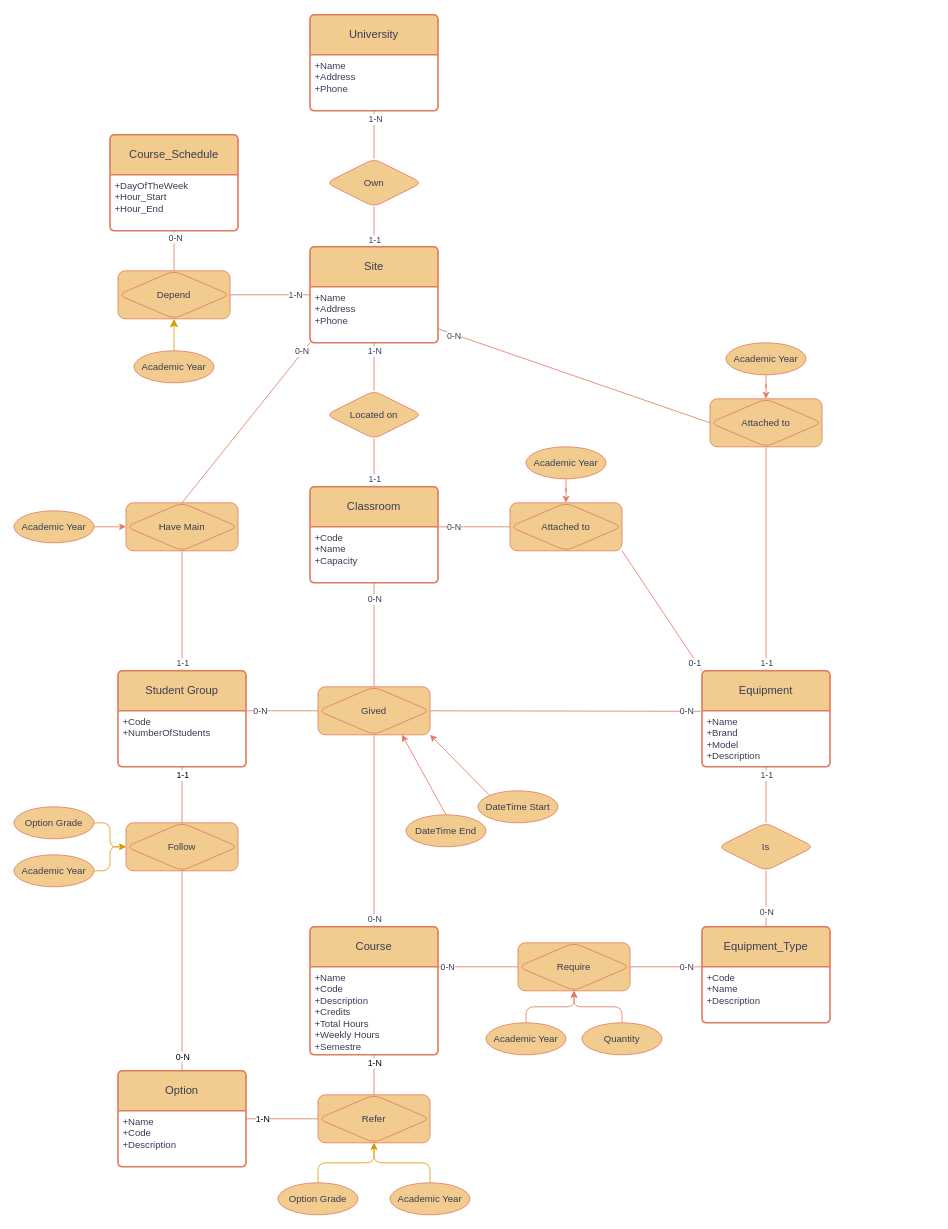
This is EA_Diagram.drawio from fratjo/Calempus360, a draw.io file, before an edit. Source tidied: cells renumbered, new cells numbered last; positions are measured from the earlier drawing's top-left corner, leaving out a move shared by most shapes. Both pictures are drawn from the tidied source at 80%, with x=0, y=0 at pixel (14, 14).
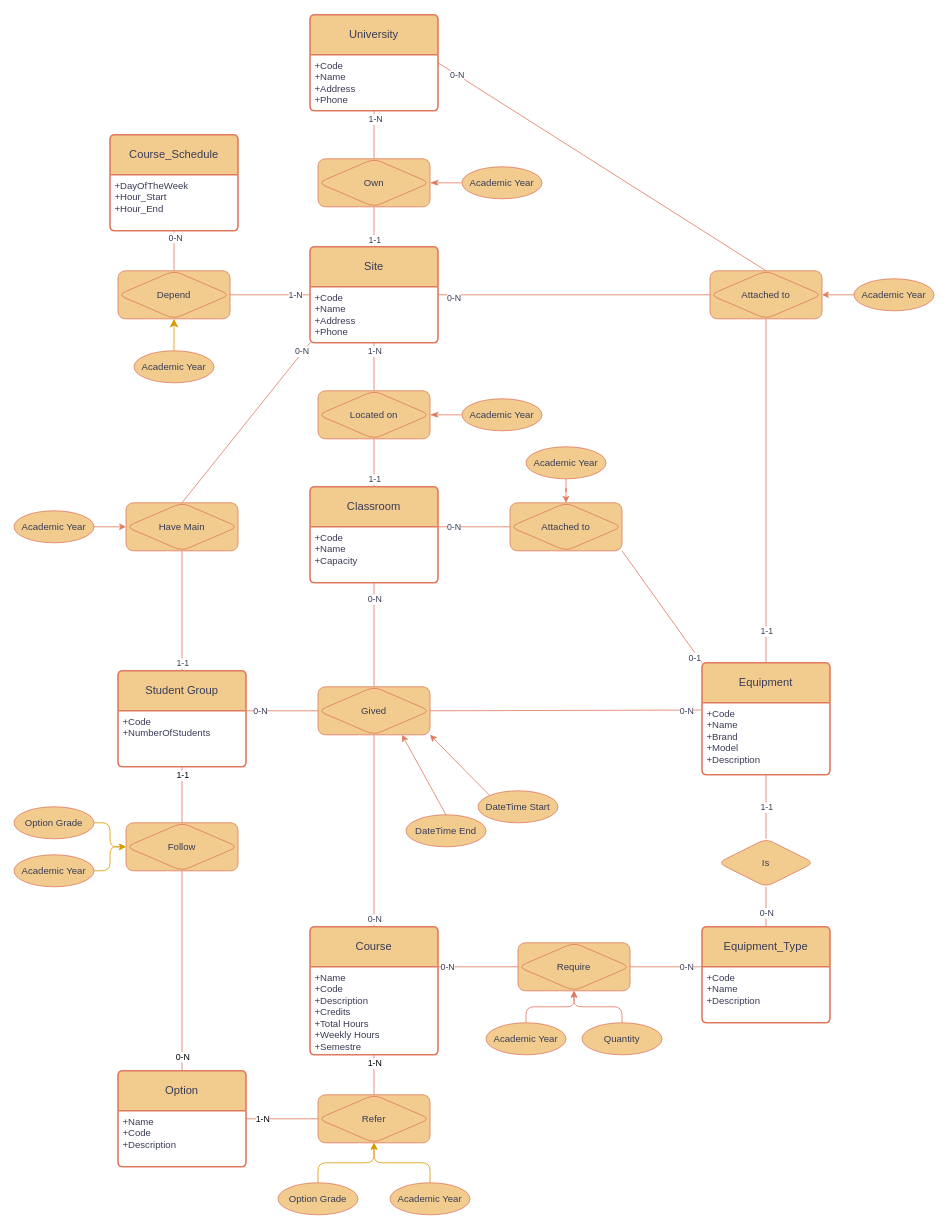
Above is the later version.

The change refers to these unchanged cells:
```xml
<mxCell id="3" value="University" style="swimlane;horizontal=1;startSize=50;rounded=1;fontSize=14;fontStyle=0;strokeWidth=2;shadow=0;dashed=0;align=center;arcSize=4;whiteSpace=wrap;html=1;labelBackgroundColor=none;fillColor=#F2CC8F;strokeColor=#E07A5F;fontColor=#393C56;" parent="1" vertex="1">
  <mxGeometry x="370" width="160" height="120" as="geometry" />
</mxCell>
<mxCell id="5" value="Site" style="swimlane;horizontal=1;startSize=50;rounded=1;fontSize=14;fontStyle=0;strokeWidth=2;shadow=0;dashed=0;align=center;arcSize=4;whiteSpace=wrap;html=1;labelBackgroundColor=none;fillColor=#F2CC8F;strokeColor=#E07A5F;fontColor=#393C56;" parent="1" vertex="1">
  <mxGeometry x="370" y="290" width="160" height="120" as="geometry" />
</mxCell>
<mxCell id="96" style="endArrow=none;html=1;rounded=0;strokeColor=#E07A5F;fontColor=#393C56;fillColor=#F2CC8F;entryX=0.5;entryY=1;entryDx=0;entryDy=0;exitX=0.5;exitY=0;exitDx=0;exitDy=0;" parent="1" edge="1" source="95" target="12">
  <mxGeometry relative="1" as="geometry" />
</mxCell>
```

Diff of the diagram source:
```diff
@@
-    <mxCell id="2" value="Own" style="shape=rhombus;perimeter=rhombusPerimeter;whiteSpace=wrap;html=1;align=center;labelBackgroundColor=none;fillColor=#F2CC8F;strokeColor=#E07A5F;fontColor=#393C56;rounded=1;" parent="1" vertex="1">
-      <mxGeometry x="390" y="180" width="120" height="60" as="geometry" />
-    </mxCell>
@@
-    <mxCell id="4" value="+Name&lt;br&gt;+Address&lt;br&gt;+Phone" style="align=left;strokeColor=none;fillColor=none;spacingLeft=4;fontSize=12;verticalAlign=top;html=1;labelBackgroundColor=none;fontColor=#393C56;rounded=1;" parent="3" vertex="1">
+    <mxCell id="4" value="&lt;div&gt;+Code&lt;/div&gt;+Name&lt;br&gt;+Address&lt;br&gt;+Phone" style="align=left;strokeColor=none;fillColor=none;spacingLeft=4;fontSize=12;verticalAlign=top;html=1;labelBackgroundColor=none;fontColor=#393C56;rounded=1;" parent="3" vertex="1">
       <mxGeometry y="50" width="160" height="70" as="geometry" />
     </mxCell>
@@
-    <mxCell id="6" value="+Name&lt;br&gt;+Address&lt;div&gt;+Phone&lt;/div&gt;" style="align=left;strokeColor=none;fillColor=none;spacingLeft=4;fontSize=12;verticalAlign=top;html=1;labelBackgroundColor=none;fontColor=#393C56;rounded=1;" parent="5" vertex="1">
+    <mxCell id="6" value="&lt;div&gt;+Code&lt;/div&gt;+Name&lt;br&gt;+Address&lt;div&gt;+Phone&lt;/div&gt;" style="align=left;strokeColor=none;fillColor=none;spacingLeft=4;fontSize=12;verticalAlign=top;html=1;labelBackgroundColor=none;fontColor=#393C56;rounded=1;" parent="5" vertex="1">
       <mxGeometry y="50" width="160" height="70" as="geometry" />
     </mxCell>
@@
-    <mxCell id="11" value="Equipment" style="swimlane;horizontal=1;startSize=50;rounded=1;fontSize=14;fontStyle=0;strokeWidth=2;shadow=0;dashed=0;align=center;arcSize=4;whiteSpace=wrap;html=1;labelBackgroundColor=none;fillColor=#F2CC8F;strokeColor=#E07A5F;fontColor=#393C56;" parent="1" vertex="1">
-      <mxGeometry x="860" y="820" width="160" height="120" as="geometry" />
+    <mxCell id="11" value="Equipment" style="swimlane;horizontal=1;startSize=50;rounded=1;fontSize=14;fontStyle=0;strokeWidth=2;shadow=0;dashed=0;align=center;arcSize=4;whiteSpace=wrap;html=1;labelBackgroundColor=none;fillColor=#F2CC8F;strokeColor=#E07A5F;fontColor=#393C56;rotation=0;" parent="1" vertex="1">
+      <mxGeometry x="860" y="810" width="160" height="140" as="geometry" />
     </mxCell>
-    <mxCell id="12" value="&lt;div&gt;+Name&lt;/div&gt;+Brand&lt;br&gt;+Model&lt;br&gt;+Description" style="align=left;strokeColor=none;fillColor=none;spacingLeft=4;fontSize=12;verticalAlign=top;html=1;labelBackgroundColor=none;fontColor=#393C56;rounded=1;" parent="11" vertex="1">
-      <mxGeometry y="50" width="160" height="70" as="geometry" />
+    <mxCell id="12" value="&lt;div&gt;+Code&lt;span style=&quot;background-color: transparent; color: light-dark(rgb(57, 60, 86), rgb(182, 184, 207));&quot;&gt;&lt;/span&gt;&lt;/div&gt;&lt;div&gt;&lt;span style=&quot;background-color: transparent; color: light-dark(rgb(57, 60, 86), rgb(182, 184, 207));&quot;&gt;+Name&lt;/span&gt;&lt;/div&gt;+Brand&lt;br&gt;+Model&lt;br&gt;+Description" style="align=left;strokeColor=none;fillColor=none;spacingLeft=4;fontSize=12;verticalAlign=top;html=1;labelBackgroundColor=none;fontColor=#393C56;rounded=1;imageHeight=24;rotation=0;" parent="11" vertex="1">
+      <mxGeometry y="50" width="160" height="90" as="geometry" />
     </mxCell>
@@
-    <mxCell id="15" value="Located on" style="shape=rhombus;perimeter=rhombusPerimeter;whiteSpace=wrap;html=1;align=center;labelBackgroundColor=none;fillColor=#F2CC8F;strokeColor=#E07A5F;fontColor=#393C56;rounded=1;" parent="1" vertex="1">
-      <mxGeometry x="390" y="470" width="120" height="60" as="geometry" />
-    </mxCell>
@@
-    <mxCell id="26" style="endArrow=none;html=1;rounded=0;strokeColor=#E07A5F;fontColor=#393C56;fillColor=#F2CC8F;entryX=0.5;entryY=1;entryDx=0;entryDy=0;" parent="1" edge="1" source="15" target="6">
+    <mxCell id="26" style="endArrow=none;html=1;rounded=0;strokeColor=#E07A5F;fontColor=#393C56;fillColor=#F2CC8F;entryX=0.5;entryY=1;entryDx=0;entryDy=0;exitX=0.5;exitY=0;exitDx=0;exitDy=0;" parent="1" edge="1" source="15" target="6">
       <mxGeometry relative="1" as="geometry" />
     </mxCell>
@@
-    <mxCell id="63" style="endArrow=none;html=1;rounded=0;strokeColor=#E07A5F;fontColor=#393C56;fillColor=#F2CC8F;entryX=0;entryY=0.5;entryDx=0;entryDy=0;exitX=1;exitY=0.75;exitDx=0;exitDy=0;" parent="1" edge="1" source="6" target="67">
-      <mxGeometry relative="1" as="geometry" />
+    <mxCell id="63" style="endArrow=none;html=1;rounded=0;strokeColor=#E07A5F;fontColor=#393C56;fillColor=#F2CC8F;entryX=0;entryY=0.5;entryDx=0;entryDy=0;" parent="1" edge="1" target="67">
+      <mxGeometry relative="1" as="geometry">
+        <mxPoint x="530" y="350" as="sourcePoint" />
+      </mxGeometry>
     </mxCell>
     <mxCell id="64" value="0-N" style="edgeLabel;html=1;align=center;verticalAlign=middle;fontColor=#393C56;" parent="63" vertex="1">
       <mxGeometry x="-0.91" y="2" relative="1" as="geometry">
-        <mxPoint x="4" y="6" as="offset" />
+        <mxPoint x="4" y="5" as="offset" />
       </mxGeometry>
     </mxCell>
@@
     <mxCell id="67" value="Attached to" style="shape=associativeEntity;whiteSpace=wrap;html=1;align=center;rounded=1;strokeColor=#E07A5F;fontColor=#393C56;fillColor=#F2CC8F;" parent="1" vertex="1">
-      <mxGeometry x="870" y="480" width="140" height="60" as="geometry" />
+      <mxGeometry x="870" y="320" width="140" height="60" as="geometry" />
     </mxCell>
@@
     <mxCell id="69" value="Academic Year" style="ellipse;whiteSpace=wrap;html=1;align=center;rounded=1;strokeColor=#E07A5F;fontColor=#393C56;fillColor=#F2CC8F;" parent="1" vertex="1">
-      <mxGeometry x="890" y="410" width="100" height="40" as="geometry" />
+      <mxGeometry x="1050" y="330" width="100" height="40" as="geometry" />
     </mxCell>
@@
     <mxCell id="95" value="Is" style="shape=rhombus;perimeter=rhombusPerimeter;whiteSpace=wrap;html=1;align=center;labelBackgroundColor=none;fillColor=#F2CC8F;strokeColor=#E07A5F;fontColor=#393C56;rounded=1;" parent="1" vertex="1">
-      <mxGeometry x="880" y="1010" width="120" height="60" as="geometry" />
+      <mxGeometry x="880" y="1030" width="120" height="60" as="geometry" />
     </mxCell>
@@
     <mxCell id="97" value="1-1" style="edgeLabel;html=1;align=center;verticalAlign=middle;fontColor=#393C56;" parent="96" vertex="1">
       <mxGeometry x="-0.91" y="-1" relative="1" as="geometry">
-        <mxPoint x="-1" y="-57" as="offset" />
+        <mxPoint x="-1" y="-36" as="offset" />
       </mxGeometry>
     </mxCell>
@@
+    <mxCell id="103" style="endArrow=none;html=1;rounded=0;strokeColor=#E07A5F;fontColor=#393C56;fillColor=#F2CC8F;entryX=0.5;entryY=0;entryDx=0;entryDy=0;exitX=1;exitY=0.5;exitDx=0;exitDy=0;" parent="1" edge="1" source="3" target="67">
+      <mxGeometry relative="1" as="geometry" />
+    </mxCell>
+    <mxCell id="104" value="0-N" style="edgeLabel;html=1;align=center;verticalAlign=middle;fontColor=#393C56;" parent="103" vertex="1">
+      <mxGeometry x="-0.91" y="2" relative="1" as="geometry">
+        <mxPoint x="4" y="5" as="offset" />
+      </mxGeometry>
+    </mxCell>
+    <mxCell id="2" value="Own" style="shape=associativeEntity;whiteSpace=wrap;html=1;align=center;rounded=1;strokeColor=#E07A5F;fontColor=#393C56;fillColor=#F2CC8F;" parent="1" vertex="1">
+      <mxGeometry x="380" y="180" width="140" height="60" as="geometry" />
+    </mxCell>
+    <mxCell id="15" value="Located on" style="shape=associativeEntity;whiteSpace=wrap;html=1;align=center;rounded=1;strokeColor=#E07A5F;fontColor=#393C56;fillColor=#F2CC8F;" parent="1" vertex="1">
+      <mxGeometry x="380" y="470" width="140" height="60" as="geometry" />
+    </mxCell>
+    <mxCell id="105" style="edgeStyle=none;curved=1;rounded=0;jettySize=auto;html=1;fontSize=12;startSize=8;endSize=8;endArrow=classicThin;endFill=1;strokeColor=light-dark(#e07a5f, #7e3f03);" parent="1" edge="1" source="106" target="15">
+      <mxGeometry relative="1" as="geometry" />
+    </mxCell>
+    <mxCell id="106" value="Academic Year" style="ellipse;whiteSpace=wrap;html=1;align=center;rounded=1;strokeColor=#E07A5F;fontColor=#393C56;fillColor=#F2CC8F;" parent="1" vertex="1">
+      <mxGeometry x="560" y="480" width="100" height="40" as="geometry" />
+    </mxCell>
+    <mxCell id="107" style="edgeStyle=none;curved=1;rounded=0;jettySize=auto;html=1;fontSize=12;startSize=8;endSize=8;strokeColor=light-dark(#e07a5f, #ededed);endArrow=classicThin;endFill=1;" parent="1" edge="1" source="108" target="2">
+      <mxGeometry relative="1" as="geometry" />
+    </mxCell>
+    <mxCell id="108" value="Academic Year" style="ellipse;whiteSpace=wrap;html=1;align=center;rounded=1;strokeColor=#E07A5F;fontColor=#393C56;fillColor=#F2CC8F;" parent="1" vertex="1">
+      <mxGeometry x="560" y="190" width="100" height="40" as="geometry" />
+    </mxCell>
```
